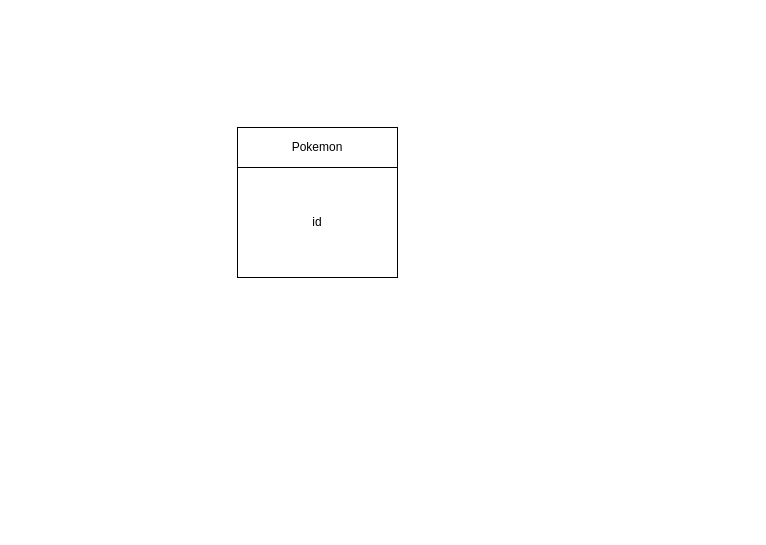
Before: UML/pokemon.drawio in pelahumi/Parcial, a draw.io diagram. Source tidied: cells renumbered, new cells numbered last; positions are measured from the earlier drawing's top-left corner, leaving out a move shared by most shapes. Both pictures are drawn from the tidied source at 100%, with x=0, y=0 at pixel (237, 127).
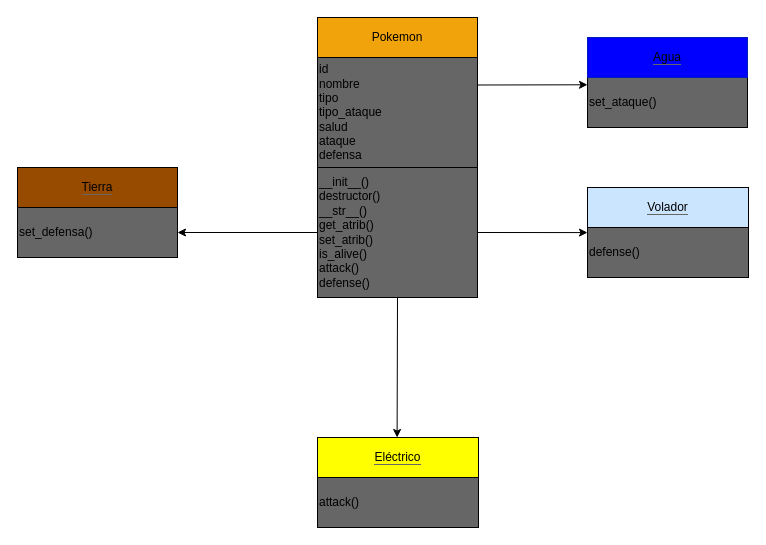
After the change.

Change to the diagram source:
```diff
@@
 <mxGraphModel>
   <root>
     <mxCell id="0" />
     <mxCell id="1" parent="0" />
+    <mxCell id="4" style="group;" parent="1" vertex="1">
+      <mxGeometry x="80" y="-110" width="160" height="280" as="geometry" />
+    </mxCell>
-    <mxCell id="2" value="id&lt;br&gt;" style="rounded=0;whiteSpace=wrap;html=1;" parent="1" vertex="1">
+    <mxCell id="2" value="&lt;div&gt;&lt;span&gt;&lt;font color=&quot;#000000&quot;&gt;id&lt;/font&gt;&lt;/span&gt;&lt;/div&gt;&lt;div&gt;&lt;span&gt;&lt;font color=&quot;#000000&quot;&gt;nombre&lt;/font&gt;&lt;/span&gt;&lt;/div&gt;&lt;div&gt;&lt;span&gt;&lt;font color=&quot;#000000&quot;&gt;tipo&lt;/font&gt;&lt;/span&gt;&lt;/div&gt;&lt;div&gt;&lt;span&gt;&lt;font color=&quot;#000000&quot;&gt;tipo_ataque&lt;/font&gt;&lt;/span&gt;&lt;/div&gt;&lt;div&gt;&lt;span&gt;&lt;font color=&quot;#000000&quot;&gt;salud&lt;/font&gt;&lt;/span&gt;&lt;/div&gt;&lt;div&gt;&lt;span&gt;&lt;font color=&quot;#000000&quot;&gt;ataque&amp;nbsp;&lt;/font&gt;&lt;/span&gt;&lt;/div&gt;&lt;div&gt;&lt;span&gt;&lt;font color=&quot;#000000&quot;&gt;defensa&lt;/font&gt;&lt;/span&gt;&lt;/div&gt;" style="rounded=0;whiteSpace=wrap;html=1;align=left;fillColor=#666666;strokeColor=#000000;" parent="4" vertex="1">
       <mxGeometry y="40" width="160" height="110" as="geometry" />
     </mxCell>
-    <mxCell id="3" value="Pokemon" style="rounded=0;whiteSpace=wrap;html=1;" parent="1" vertex="1">
+    <mxCell id="3" value="Pokemon" style="rounded=0;whiteSpace=wrap;html=1;fillColor=#f0a30a;fontColor=#000000;strokeColor=#000000;" parent="4" vertex="1">
       <mxGeometry width="160" height="40" as="geometry" />
     </mxCell>
+    <mxCell id="5" value="&lt;span style=&quot;background-color: rgb(102 , 102 , 102)&quot;&gt;&lt;font color=&quot;#000000&quot;&gt;__init__()&lt;br&gt;destructor()&lt;br&gt;__str__()&lt;br&gt;get_atrib()&lt;br&gt;set_atrib()&lt;br&gt;is_alive()&lt;br&gt;attack()&lt;br&gt;defense()&lt;/font&gt;&lt;/span&gt;" style="rounded=0;whiteSpace=wrap;html=1;align=left;fillColor=#666666;strokeColor=#000000;" parent="4" vertex="1">
+      <mxGeometry y="150" width="160" height="130" as="geometry" />
+    </mxCell>
+    <mxCell id="6" value="&lt;font color=&quot;#000000&quot;&gt;set_defensa()&lt;/font&gt;" style="whiteSpace=wrap;html=1;align=left;fillColor=#666666;strokeColor=#000000;rounded=0;" parent="1" vertex="1">
+      <mxGeometry x="-220" y="80" width="160" height="50" as="geometry" />
+    </mxCell>
+    <mxCell id="7" style="edgeStyle=none;html=1;fontColor=#000000;" parent="1" edge="1" source="5" target="6">
+      <mxGeometry relative="1" as="geometry" />
+    </mxCell>
+    <mxCell id="8" value="&lt;span style=&quot;background-color: rgb(150 , 75 , 0)&quot;&gt;Tierra&lt;/span&gt;" style="rounded=0;whiteSpace=wrap;html=1;labelBackgroundColor=#666666;fontColor=#000000;strokeColor=#000000;fillColor=#964B00;" parent="1" vertex="1">
+      <mxGeometry x="-220" y="40" width="160" height="40" as="geometry" />
+    </mxCell>
+    <mxCell id="9" style="edgeStyle=none;html=1;exitX=1;exitY=0.25;exitDx=0;exitDy=0;fontColor=#000000;" parent="1" edge="1" source="2">
+      <mxGeometry relative="1" as="geometry">
+        <mxPoint x="350" y="-42.7" as="targetPoint" />
+      </mxGeometry>
+    </mxCell>
+    <mxCell id="10" value="&lt;font color=&quot;#000000&quot;&gt;set_ataque()&lt;/font&gt;" style="whiteSpace=wrap;html=1;align=left;fillColor=#666666;strokeColor=#000000;rounded=0;" parent="1" vertex="1">
+      <mxGeometry x="350" y="-50" width="160" height="50" as="geometry" />
+    </mxCell>
+    <mxCell id="11" value="&lt;span style=&quot;background-color: rgb(0 , 0 , 255)&quot;&gt;&lt;font color=&quot;#000000&quot;&gt;Agua&lt;/font&gt;&lt;br&gt;&lt;/span&gt;" style="rounded=0;whiteSpace=wrap;html=1;labelBackgroundColor=#666666;fontColor=#ffffff;strokeColor=#001DBC;fillColor=#0000FF;" parent="1" vertex="1">
+      <mxGeometry x="350" y="-90" width="160" height="40" as="geometry" />
+    </mxCell>
+    <mxCell id="12" style="edgeStyle=none;html=1;exitX=1;exitY=0.5;exitDx=0;exitDy=0;fontColor=#000000;" parent="1" edge="1" source="5">
+      <mxGeometry relative="1" as="geometry">
+        <mxPoint x="350" y="105.1" as="targetPoint" />
+      </mxGeometry>
+    </mxCell>
+    <mxCell id="13" value="&lt;font color=&quot;#000000&quot;&gt;defense()&lt;/font&gt;" style="whiteSpace=wrap;html=1;align=left;fillColor=#666666;strokeColor=#000000;rounded=0;" parent="1" vertex="1">
+      <mxGeometry x="350" y="100" width="161" height="50" as="geometry" />
+    </mxCell>
+    <mxCell id="14" value="&lt;span style=&quot;background-color: rgb(204 , 229 , 255)&quot;&gt;Volador&lt;/span&gt;" style="rounded=0;whiteSpace=wrap;html=1;labelBackgroundColor=#666666;fontColor=#000000;strokeColor=#000000;fillColor=#CCE5FF;" parent="1" vertex="1">
+      <mxGeometry x="350" y="60" width="161" height="40" as="geometry" />
+    </mxCell>
+    <mxCell id="15" style="edgeStyle=none;html=1;exitX=0.5;exitY=1;exitDx=0;exitDy=0;fontColor=#000000;" parent="1" edge="1" source="5">
+      <mxGeometry relative="1" as="geometry">
+        <mxPoint x="159.6" y="310" as="targetPoint" />
+      </mxGeometry>
+    </mxCell>
+    <mxCell id="16" value="&lt;font color=&quot;#000000&quot;&gt;attack()&lt;/font&gt;" style="whiteSpace=wrap;html=1;align=left;fillColor=#666666;strokeColor=#000000;rounded=0;" parent="1" vertex="1">
+      <mxGeometry x="80" y="350" width="161" height="50" as="geometry" />
+    </mxCell>
+    <mxCell id="17" value="&lt;span style=&quot;background-color: rgb(255 , 255 , 0)&quot;&gt;Eléctrico&lt;/span&gt;" style="rounded=0;whiteSpace=wrap;html=1;labelBackgroundColor=#666666;fontColor=#000000;strokeColor=#000000;fillColor=#FFFF00;" parent="1" vertex="1">
+      <mxGeometry x="80" y="310" width="161" height="40" as="geometry" />
+    </mxCell>
   </root>
 </mxGraphModel>
```
